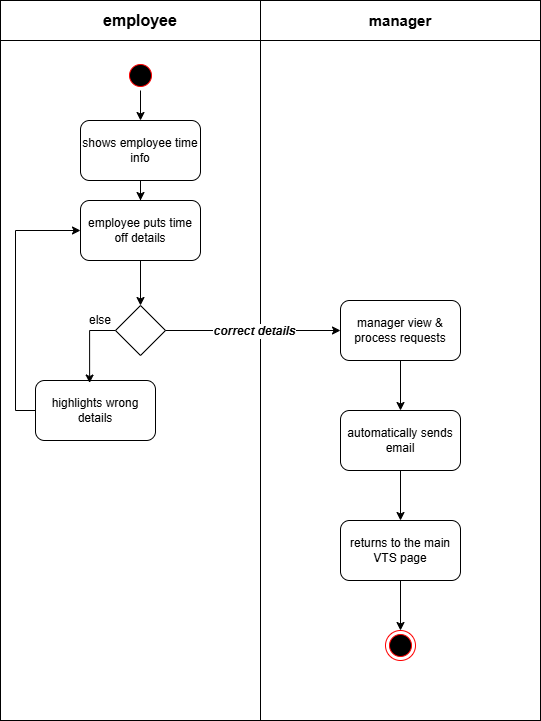
Above: task1/manageTime_activityDiagram.drawio.png in zieadkh/Mentorship (draw.io), before the change. Source tidied: cells renumbered, new cells last; positions are measured from the earlier drawing's top-left corner, leaving out a move shared by most shapes.
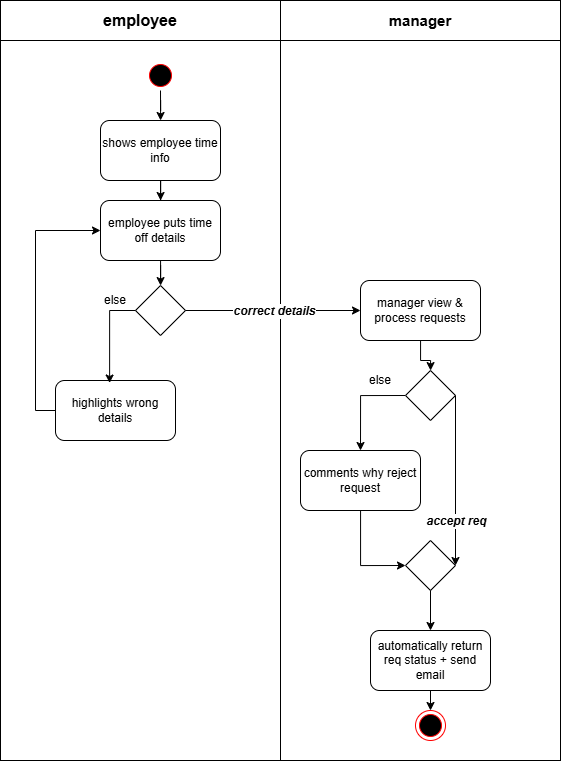
The same diagram one commit later.

The edit, as a diff of the source:
```diff
@@ -3,7 +3,7 @@
     <mxCell id="0" />
     <mxCell id="1" parent="0" />
     <mxCell id="2" style="rounded=0;whiteSpace=wrap;html=1;" parent="1" vertex="1">
-      <mxGeometry width="280" height="720" as="geometry" />
+      <mxGeometry x="-20" width="280" height="760" as="geometry" />
     </mxCell>
     <mxCell id="3" style="edgeStyle=orthogonalEdgeStyle;rounded=0;jettySize=auto;html=1;" parent="1" edge="1" source="4" target="8">
       <mxGeometry relative="1" as="geometry" />
@@ -24,34 +24,34 @@
       <mxGeometry x="80" y="200" width="120" height="60" as="geometry" />
     </mxCell>
     <mxCell id="9" style="rhombus;whiteSpace=wrap;html=1;" parent="1" vertex="1">
-      <mxGeometry x="115" y="305" width="50" height="50" as="geometry" />
+      <mxGeometry x="115" y="285" width="50" height="50" as="geometry" />
     </mxCell>
     <mxCell id="10" style="rounded=0;whiteSpace=wrap;html=1;" parent="1" vertex="1">
-      <mxGeometry x="260" width="280" height="720" as="geometry" />
+      <mxGeometry x="260" width="280" height="760" as="geometry" />
     </mxCell>
     <mxCell id="11" value="&lt;b&gt;&lt;font style=&quot;font-size: 16px;&quot;&gt;employee&lt;/font&gt;&lt;/b&gt;" style="rounded=0;whiteSpace=wrap;html=1;" parent="1" vertex="1">
-      <mxGeometry width="280" height="40" as="geometry" />
+      <mxGeometry x="-20" width="280" height="40" as="geometry" />
     </mxCell>
     <mxCell id="12" value="&lt;b&gt;&lt;font style=&quot;font-size: 15px;&quot;&gt;manager&lt;/font&gt;&lt;/b&gt;" style="rounded=0;whiteSpace=wrap;html=1;" parent="1" vertex="1">
       <mxGeometry x="260" width="280" height="40" as="geometry" />
     </mxCell>
-    <mxCell id="13" style="edgeStyle=orthogonalEdgeStyle;rounded=0;jettySize=auto;html=1;" parent="1" edge="1" source="14" target="16">
-      <mxGeometry relative="1" as="geometry" />
-    </mxCell>
+    <mxCell id="26" style="edgeStyle=orthogonalEdgeStyle;rounded=0;jettySize=auto;html=1;" parent="1" edge="1" source="14" target="29">
+      <mxGeometry relative="1" as="geometry" />
+    </mxCell>
     <mxCell id="14" value="manager view &amp;amp; process requests" style="rounded=1;whiteSpace=wrap;html=1;" parent="1" vertex="1">
-      <mxGeometry x="340" y="300" width="120" height="60" as="geometry" />
+      <mxGeometry x="340" y="280" width="120" height="60" as="geometry" />
     </mxCell>
-    <mxCell id="15" style="edgeStyle=orthogonalEdgeStyle;rounded=0;jettySize=auto;html=1;" parent="1" edge="1" source="16" target="18">
-      <mxGeometry relative="1" as="geometry" />
-    </mxCell>
+    <mxCell id="27" style="edgeStyle=orthogonalEdgeStyle;rounded=0;jettySize=auto;html=1;entryX=0;entryY=0.5;entryDx=0;entryDy=0;" parent="1" edge="1" source="16" target="31">
+      <mxGeometry relative="1" as="geometry" />
+    </mxCell>
-    <mxCell id="16" value="automatically sends email" style="rounded=1;whiteSpace=wrap;html=1;" parent="1" vertex="1">
-      <mxGeometry x="340" y="410" width="120" height="60" as="geometry" />
+    <mxCell id="16" value="comments why reject request" style="rounded=1;whiteSpace=wrap;html=1;" parent="1" vertex="1">
+      <mxGeometry x="280" y="450" width="120" height="60" as="geometry" />
     </mxCell>
     <mxCell id="17" style="edgeStyle=orthogonalEdgeStyle;rounded=0;jettySize=auto;html=1;exitX=0.5;exitY=1;exitDx=0;exitDy=0;entryX=0.5;entryY=0;entryDx=0;entryDy=0;" parent="1" edge="1" source="18" target="21">
       <mxGeometry relative="1" as="geometry" />
     </mxCell>
-    <mxCell id="18" value="returns to the main VTS page" style="rounded=1;whiteSpace=wrap;html=1;" parent="1" vertex="1">
-      <mxGeometry x="340" y="520" width="120" height="60" as="geometry" />
+    <mxCell id="18" value="automatically return req status + send email" style="rounded=1;whiteSpace=wrap;html=1;" parent="1" vertex="1">
+      <mxGeometry x="350" y="630" width="120" height="60" as="geometry" />
     </mxCell>
     <mxCell id="19" style="endArrow=classic;html=1;rounded=0;entryX=0;entryY=0.5;entryDx=0;entryDy=0;exitX=1;exitY=0.5;exitDx=0;exitDy=0;" parent="1" edge="1" source="9" target="14">
       <mxGeometry relative="1" as="geometry" />
@@ -60,7 +60,7 @@
       <mxGeometry relative="1" as="geometry" />
     </mxCell>
     <mxCell id="21" style="ellipse;html=1;shape=endState;fillColor=#000000;strokeColor=#ff0000;" parent="1" vertex="1">
-      <mxGeometry x="385" y="630" width="30" height="30" as="geometry" />
+      <mxGeometry x="395" y="710" width="30" height="30" as="geometry" />
     </mxCell>
     <mxCell id="22" style="edgeStyle=orthogonalEdgeStyle;rounded=0;jettySize=auto;html=1;exitX=0;exitY=0.5;exitDx=0;exitDy=0;entryX=0;entryY=0.5;entryDx=0;entryDy=0;" parent="1" edge="1" source="23" target="8">
       <mxGeometry relative="1" as="geometry" />
@@ -72,7 +72,30 @@
       <mxGeometry relative="1" as="geometry" />
     </mxCell>
     <mxCell id="25" value="else" style="text;html=1;whiteSpace=wrap;strokeColor=none;fillColor=none;align=center;verticalAlign=middle;rounded=0;" parent="1" vertex="1">
-      <mxGeometry x="70" y="305" width="60" height="30" as="geometry" />
+      <mxGeometry x="65" y="285" width="60" height="30" as="geometry" />
     </mxCell>
+    <mxCell id="28" style="edgeStyle=orthogonalEdgeStyle;rounded=0;jettySize=auto;html=1;exitX=0;exitY=0.5;exitDx=0;exitDy=0;entryX=0.5;entryY=0;entryDx=0;entryDy=0;" parent="1" edge="1" source="29" target="16">
+      <mxGeometry relative="1" as="geometry" />
+    </mxCell>
+    <mxCell id="29" style="rhombus;whiteSpace=wrap;html=1;" parent="1" vertex="1">
+      <mxGeometry x="385" y="370" width="50" height="50" as="geometry" />
+    </mxCell>
+    <mxCell id="30" style="edgeStyle=orthogonalEdgeStyle;rounded=0;jettySize=auto;html=1;exitX=0.5;exitY=1;exitDx=0;exitDy=0;entryX=0.5;entryY=0;entryDx=0;entryDy=0;" parent="1" edge="1" source="31" target="18">
+      <mxGeometry relative="1" as="geometry" />
+    </mxCell>
+    <mxCell id="31" style="rhombus;whiteSpace=wrap;html=1;" parent="1" vertex="1">
+      <mxGeometry x="385" y="540" width="50" height="50" as="geometry" />
+    </mxCell>
+    <mxCell id="32" style="endArrow=classic;html=1;rounded=0;exitX=1;exitY=0.5;exitDx=0;exitDy=0;entryX=1;entryY=0.5;entryDx=0;entryDy=0;" parent="1" edge="1" source="29" target="31">
+      <mxGeometry relative="1" as="geometry" />
+    </mxCell>
+    <mxCell id="33" value="&lt;b&gt;&lt;i&gt;&lt;font style=&quot;font-size: 12px;&quot;&gt;accept req&lt;/font&gt;&lt;/i&gt;&lt;/b&gt;" style="edgeLabel;html=1;align=center;verticalAlign=middle;" parent="32" vertex="1">
+      <mxGeometry relative="1" as="geometry">
+        <mxPoint y="40" as="offset" />
+      </mxGeometry>
+    </mxCell>
+    <mxCell id="34" value="else" style="text;html=1;whiteSpace=wrap;strokeColor=none;fillColor=none;align=center;verticalAlign=middle;rounded=0;" parent="1" vertex="1">
+      <mxGeometry x="330" y="365" width="60" height="30" as="geometry" />
+    </mxCell>
   </root>
 </mxGraphModel>
```
